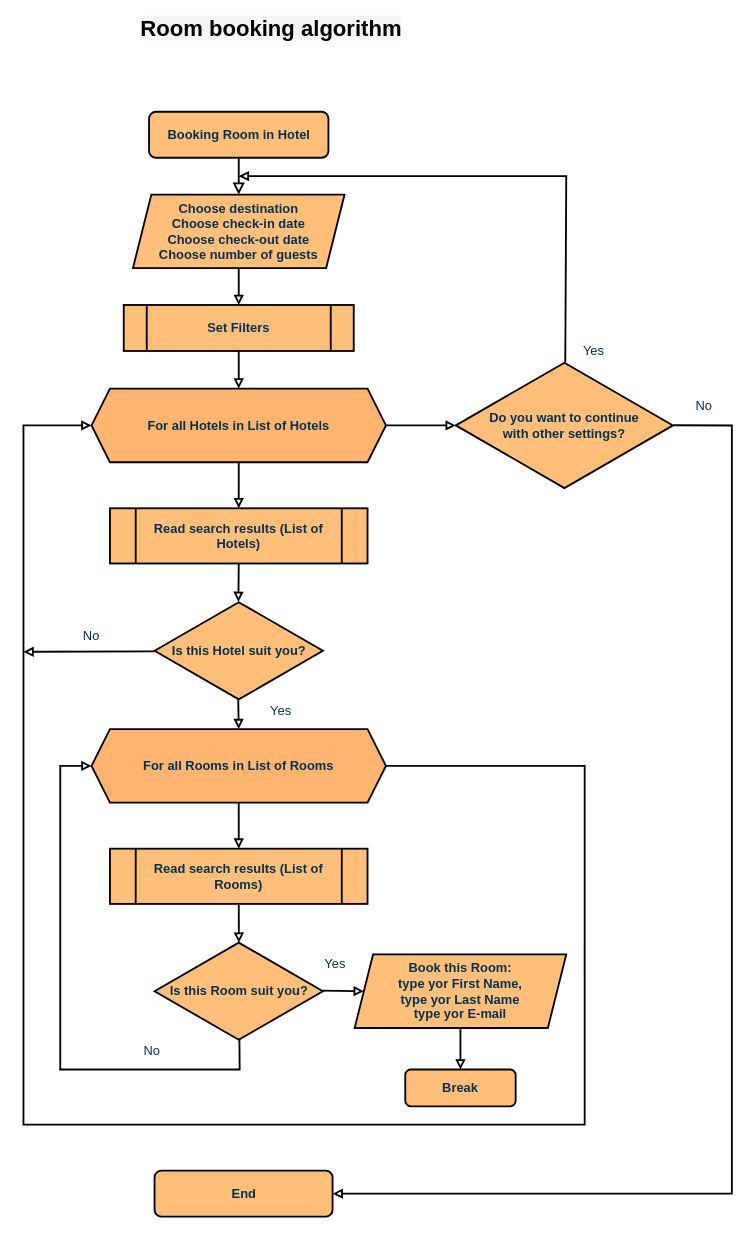
Earlier version of the draw.io diagram Untitled Diagram.drawio (homoutilis/hw_dotnet). Source tidied: cells renumbered, new cells numbered last; positions are measured from the earlier drawing's top-left corner, leaving out a move shared by most shapes. Both pictures are drawn from the tidied source at 92%, with x=0, y=0 at pixel (23, 19).
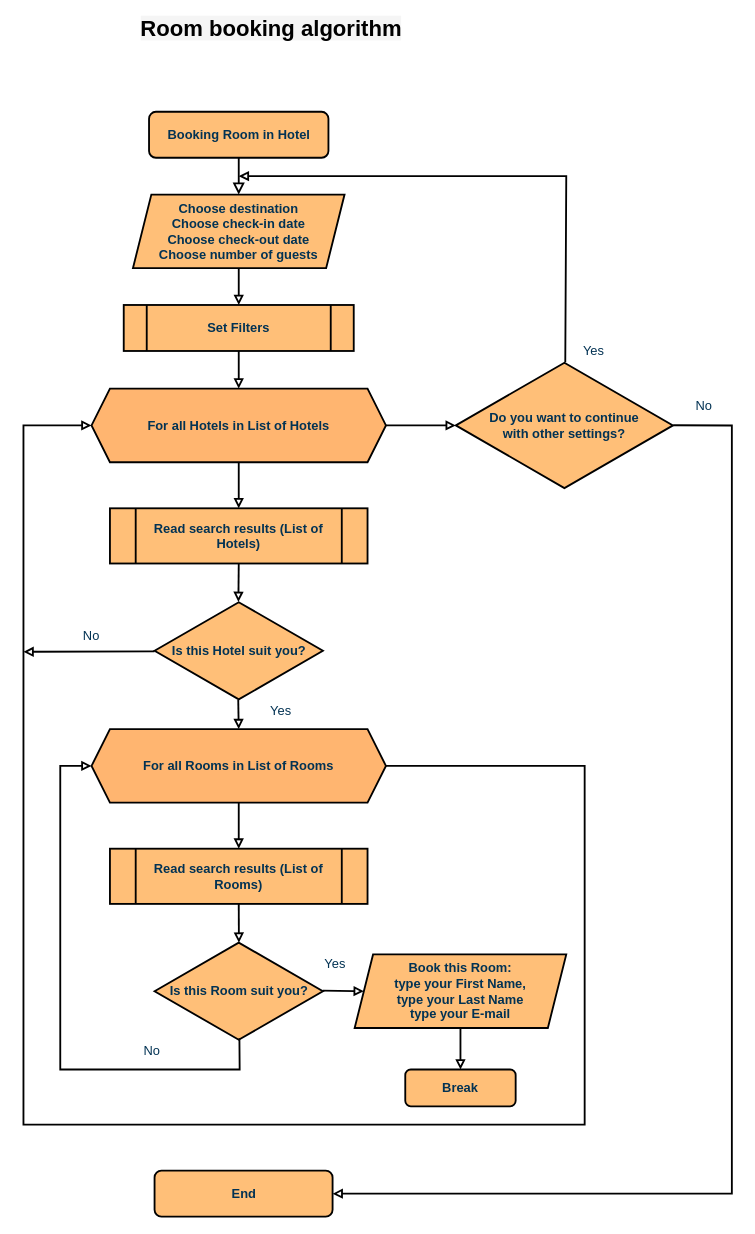
After the change.

Diff of the diagram source:
```diff
@@
-    <mxCell id="21" value="Book this Room:&lt;br&gt;type yor First Name, &lt;br&gt;type yor&amp;nbsp;Last Name&lt;br&gt;type yor&amp;nbsp;E-mail" style="shape=parallelogram;perimeter=parallelogramPerimeter;whiteSpace=wrap;html=1;fixedSize=1;shadow=0;fontSize=14;fontStyle=1;fillColor=#FFBF78;strokeWidth=2;fontColor=#023253;" parent="1" vertex="1">
+    <mxCell id="21" value="Book this Room:&lt;br&gt;type your First Name, &lt;br&gt;type your&amp;nbsp;Last Name&lt;br&gt;type your&amp;nbsp;E-mail" style="shape=parallelogram;perimeter=parallelogramPerimeter;whiteSpace=wrap;html=1;fixedSize=1;shadow=0;fontSize=14;fontStyle=1;fillColor=#FFBF78;strokeWidth=2;fontColor=#023253;" parent="1" vertex="1">
       <mxGeometry x="360" y="1015.9" width="230" height="80" as="geometry" />
     </mxCell>
```
